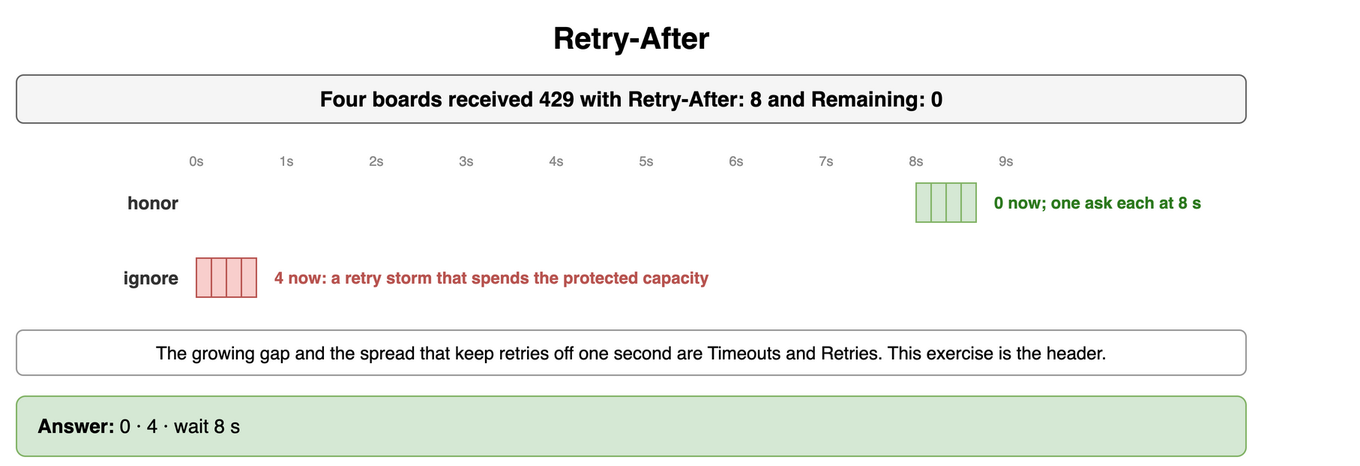
Before: content/09_System_Design_Interview/17_Rate_Limiting_and_Throttling/diagrams/rate-limiting-drills-8-retry-after.png, a diagram exported from draw.io (amendez13/swe-study-guide). Source tidied: cells renumbered, new cells last; positions are measured from the earlier drawing's top-left corner, leaving out a move shared by most shapes. The source it was exported from:
```xml
<mxGraphModel>
  <root>
    <mxCell id="0" />
    <mxCell id="1" parent="0" />
    <mxCell id="2" value="Retry-After" style="text;html=1;align=center;verticalAlign=middle;whiteSpace=wrap;fontSize=20;fontStyle=1;" parent="1" vertex="1">
      <mxGeometry width="820" height="30" as="geometry" />
    </mxCell>
    <mxCell id="3" value="Four boards received 429 with Retry-After: 8 and Remaining: 0" style="rounded=1;whiteSpace=wrap;html=1;fillColor=#f5f5f5;strokeColor=#666666;fontStyle=1;fontSize=14;" parent="1" vertex="1">
      <mxGeometry y="40" width="820" height="32" as="geometry" />
    </mxCell>
    <mxCell id="4" value="0s" style="text;html=1;whiteSpace=wrap;fontSize=11;align=center;verticalAlign=middle;fontSize=9;fontColor=#888;" parent="1" vertex="1">
      <mxGeometry x="110" y="90" width="20" height="14" as="geometry" />
    </mxCell>
    <mxCell id="5" value="1s" style="text;html=1;whiteSpace=wrap;fontSize=11;align=center;verticalAlign=middle;fontSize=9;fontColor=#888;" parent="1" vertex="1">
      <mxGeometry x="170" y="90" width="20" height="14" as="geometry" />
    </mxCell>
    <mxCell id="6" value="2s" style="text;html=1;whiteSpace=wrap;fontSize=11;align=center;verticalAlign=middle;fontSize=9;fontColor=#888;" parent="1" vertex="1">
      <mxGeometry x="230" y="90" width="20" height="14" as="geometry" />
    </mxCell>
    <mxCell id="7" value="3s" style="text;html=1;whiteSpace=wrap;fontSize=11;align=center;verticalAlign=middle;fontSize=9;fontColor=#888;" parent="1" vertex="1">
      <mxGeometry x="290" y="90" width="20" height="14" as="geometry" />
    </mxCell>
    <mxCell id="8" value="4s" style="text;html=1;whiteSpace=wrap;fontSize=11;align=center;verticalAlign=middle;fontSize=9;fontColor=#888;" parent="1" vertex="1">
      <mxGeometry x="350" y="90" width="20" height="14" as="geometry" />
    </mxCell>
    <mxCell id="9" value="5s" style="text;html=1;whiteSpace=wrap;fontSize=11;align=center;verticalAlign=middle;fontSize=9;fontColor=#888;" parent="1" vertex="1">
      <mxGeometry x="410" y="90" width="20" height="14" as="geometry" />
    </mxCell>
    <mxCell id="10" value="6s" style="text;html=1;whiteSpace=wrap;fontSize=11;align=center;verticalAlign=middle;fontSize=9;fontColor=#888;" parent="1" vertex="1">
      <mxGeometry x="470" y="90" width="20" height="14" as="geometry" />
    </mxCell>
    <mxCell id="11" value="7s" style="text;html=1;whiteSpace=wrap;fontSize=11;align=center;verticalAlign=middle;fontSize=9;fontColor=#888;" parent="1" vertex="1">
      <mxGeometry x="530" y="90" width="20" height="14" as="geometry" />
    </mxCell>
    <mxCell id="12" value="8s" style="text;html=1;whiteSpace=wrap;fontSize=11;align=center;verticalAlign=middle;fontSize=9;fontColor=#888;" parent="1" vertex="1">
      <mxGeometry x="590" y="90" width="20" height="14" as="geometry" />
    </mxCell>
    <mxCell id="13" value="9s" style="text;html=1;whiteSpace=wrap;fontSize=11;align=center;verticalAlign=middle;fontSize=9;fontColor=#888;" parent="1" vertex="1">
      <mxGeometry x="650" y="90" width="20" height="14" as="geometry" />
    </mxCell>
    <mxCell id="14" value="honor" style="text;html=1;whiteSpace=wrap;fontSize=11;align=right;verticalAlign=middle;fontSize=12;fontColor=#333333;fontStyle=1;" parent="1" vertex="1">
      <mxGeometry y="110" width="110" height="30" as="geometry" />
    </mxCell>
    <mxCell id="15" style="rounded=0;whiteSpace=wrap;html=1;fontFamily=Courier New;fontStyle=1;fontSize=13;fillColor=#d5e8d4;strokeColor=#82b366;fontSize=12;" parent="1" vertex="1">
      <mxGeometry x="600" y="112" width="10" height="26" as="geometry" />
    </mxCell>
    <mxCell id="16" style="rounded=0;whiteSpace=wrap;html=1;fontFamily=Courier New;fontStyle=1;fontSize=13;fillColor=#d5e8d4;strokeColor=#82b366;fontSize=12;" parent="1" vertex="1">
      <mxGeometry x="610" y="112" width="10" height="26" as="geometry" />
    </mxCell>
    <mxCell id="17" style="rounded=0;whiteSpace=wrap;html=1;fontFamily=Courier New;fontStyle=1;fontSize=13;fillColor=#d5e8d4;strokeColor=#82b366;fontSize=12;" parent="1" vertex="1">
      <mxGeometry x="620" y="112" width="10" height="26" as="geometry" />
    </mxCell>
    <mxCell id="18" style="rounded=0;whiteSpace=wrap;html=1;fontFamily=Courier New;fontStyle=1;fontSize=13;fillColor=#d5e8d4;strokeColor=#82b366;fontSize=12;" parent="1" vertex="1">
      <mxGeometry x="630" y="112" width="10" height="26" as="geometry" />
    </mxCell>
    <mxCell id="19" value="0 now; one ask each at 8 s" style="text;html=1;whiteSpace=wrap;fontSize=11;align=left;verticalAlign=middle;fontSize=11;fontColor=#2d7a1f;fontStyle=1;" parent="1" vertex="1">
      <mxGeometry x="650" y="112" width="240" height="26" as="geometry" />
    </mxCell>
    <mxCell id="20" value="ignore" style="text;html=1;whiteSpace=wrap;fontSize=11;align=right;verticalAlign=middle;fontSize=12;fontColor=#333333;fontStyle=1;" parent="1" vertex="1">
      <mxGeometry y="160" width="110" height="30" as="geometry" />
    </mxCell>
    <mxCell id="21" style="rounded=0;whiteSpace=wrap;html=1;fontFamily=Courier New;fontStyle=1;fontSize=13;fillColor=#f8cecc;strokeColor=#b85450;fontSize=12;" parent="1" vertex="1">
      <mxGeometry x="120" y="162" width="10" height="26" as="geometry" />
    </mxCell>
    <mxCell id="22" style="rounded=0;whiteSpace=wrap;html=1;fontFamily=Courier New;fontStyle=1;fontSize=13;fillColor=#f8cecc;strokeColor=#b85450;fontSize=12;" parent="1" vertex="1">
      <mxGeometry x="130" y="162" width="10" height="26" as="geometry" />
    </mxCell>
    <mxCell id="23" style="rounded=0;whiteSpace=wrap;html=1;fontFamily=Courier New;fontStyle=1;fontSize=13;fillColor=#f8cecc;strokeColor=#b85450;fontSize=12;" parent="1" vertex="1">
      <mxGeometry x="140" y="162" width="10" height="26" as="geometry" />
    </mxCell>
    <mxCell id="24" style="rounded=0;whiteSpace=wrap;html=1;fontFamily=Courier New;fontStyle=1;fontSize=13;fillColor=#f8cecc;strokeColor=#b85450;fontSize=12;" parent="1" vertex="1">
      <mxGeometry x="150" y="162" width="10" height="26" as="geometry" />
    </mxCell>
    <mxCell id="25" value="4 now: a retry storm that spends the protected capacity" style="text;html=1;whiteSpace=wrap;fontSize=11;align=left;verticalAlign=middle;fontSize=11;fontColor=#b85450;fontStyle=1;" parent="1" vertex="1">
      <mxGeometry x="170" y="162" width="440" height="26" as="geometry" />
    </mxCell>
    <mxCell id="26" value="The growing gap and the spread that keep retries off one second are Timeouts and Retries. This exercise is the header." style="rounded=1;whiteSpace=wrap;html=1;fillColor=#ffffff;strokeColor=#999999;fontSize=12;align=center;" parent="1" vertex="1">
      <mxGeometry y="210" width="820" height="30" as="geometry" />
    </mxCell>
    <mxCell id="27" value="&lt;b&gt;Answer:&lt;/b&gt; 0 · 4 · wait 8 s" style="rounded=1;whiteSpace=wrap;html=1;fillColor=#d5e8d4;strokeColor=#82b366;fontSize=13;align=left;spacingLeft=12;" parent="1" vertex="1">
      <mxGeometry y="254" width="820" height="40" as="geometry" />
    </mxCell>
  </root>
</mxGraphModel>
```
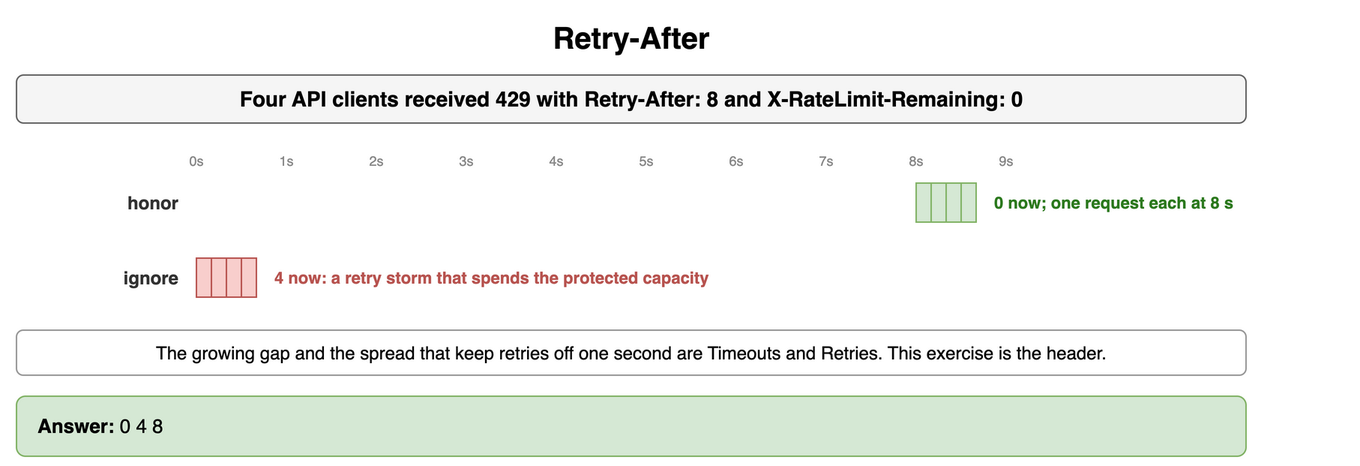
Later version of the same file.

Change to the diagram source:
```diff
@@ -5,7 +5,7 @@
     <mxCell id="2" value="Retry-After" style="text;html=1;align=center;verticalAlign=middle;whiteSpace=wrap;fontSize=20;fontStyle=1;" parent="1" vertex="1">
       <mxGeometry width="820" height="30" as="geometry" />
     </mxCell>
-    <mxCell id="3" value="Four boards received 429 with Retry-After: 8 and Remaining: 0" style="rounded=1;whiteSpace=wrap;html=1;fillColor=#f5f5f5;strokeColor=#666666;fontStyle=1;fontSize=14;" parent="1" vertex="1">
+    <mxCell id="3" value="Four API clients received 429 with Retry-After: 8 and X-RateLimit-Remaining: 0" style="rounded=1;whiteSpace=wrap;html=1;fillColor=#f5f5f5;strokeColor=#666666;fontStyle=1;fontSize=14;" parent="1" vertex="1">
       <mxGeometry y="40" width="820" height="32" as="geometry" />
     </mxCell>
     <mxCell id="4" value="0s" style="text;html=1;whiteSpace=wrap;fontSize=11;align=center;verticalAlign=middle;fontSize=9;fontColor=#888;" parent="1" vertex="1">
@@ -53,7 +53,7 @@
     <mxCell id="18" style="rounded=0;whiteSpace=wrap;html=1;fontFamily=Courier New;fontStyle=1;fontSize=13;fillColor=#d5e8d4;strokeColor=#82b366;fontSize=12;" parent="1" vertex="1">
       <mxGeometry x="630" y="112" width="10" height="26" as="geometry" />
     </mxCell>
-    <mxCell id="19" value="0 now; one ask each at 8 s" style="text;html=1;whiteSpace=wrap;fontSize=11;align=left;verticalAlign=middle;fontSize=11;fontColor=#2d7a1f;fontStyle=1;" parent="1" vertex="1">
+    <mxCell id="19" value="0 now; one request each at 8 s" style="text;html=1;whiteSpace=wrap;fontSize=11;align=left;verticalAlign=middle;fontSize=11;fontColor=#2d7a1f;fontStyle=1;" parent="1" vertex="1">
       <mxGeometry x="650" y="112" width="240" height="26" as="geometry" />
     </mxCell>
     <mxCell id="20" value="ignore" style="text;html=1;whiteSpace=wrap;fontSize=11;align=right;verticalAlign=middle;fontSize=12;fontColor=#333333;fontStyle=1;" parent="1" vertex="1">
@@ -77,7 +77,7 @@
     <mxCell id="26" value="The growing gap and the spread that keep retries off one second are Timeouts and Retries. This exercise is the header." style="rounded=1;whiteSpace=wrap;html=1;fillColor=#ffffff;strokeColor=#999999;fontSize=12;align=center;" parent="1" vertex="1">
       <mxGeometry y="210" width="820" height="30" as="geometry" />
     </mxCell>
-    <mxCell id="27" value="&lt;b&gt;Answer:&lt;/b&gt; 0 · 4 · wait 8 s" style="rounded=1;whiteSpace=wrap;html=1;fillColor=#d5e8d4;strokeColor=#82b366;fontSize=13;align=left;spacingLeft=12;" parent="1" vertex="1">
+    <mxCell id="27" value="&lt;b&gt;Answer:&lt;/b&gt; 0 4 8" style="rounded=1;whiteSpace=wrap;html=1;fillColor=#d5e8d4;strokeColor=#82b366;fontSize=13;align=left;spacingLeft=12;" parent="1" vertex="1">
       <mxGeometry y="254" width="820" height="40" as="geometry" />
     </mxCell>
   </root>
```
